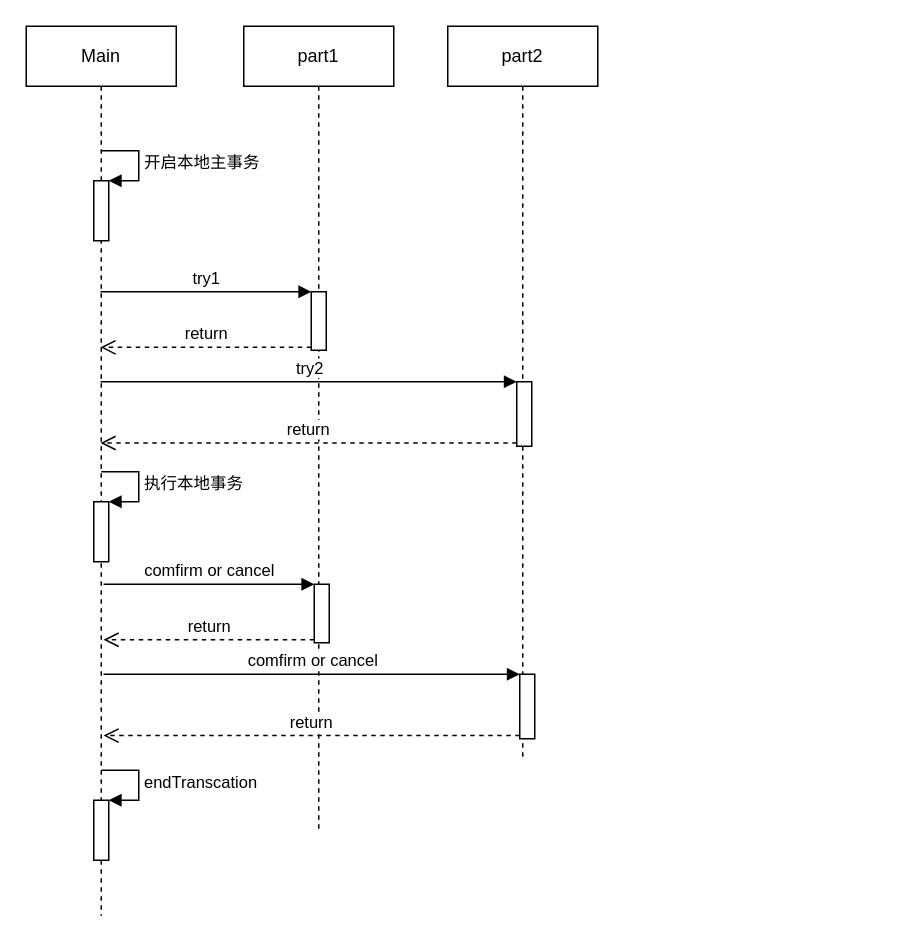
Earlier version of the draw.io diagram tcc.drawio (MihirrajDixit/drawio). Source tidied: cells renumbered, new cells numbered last; positions are measured from the earlier drawing's top-left corner, leaving out a move shared by most shapes. Both pictures are drawn from the tidied source at 150%, with x=0, y=0 at pixel (26, 26).
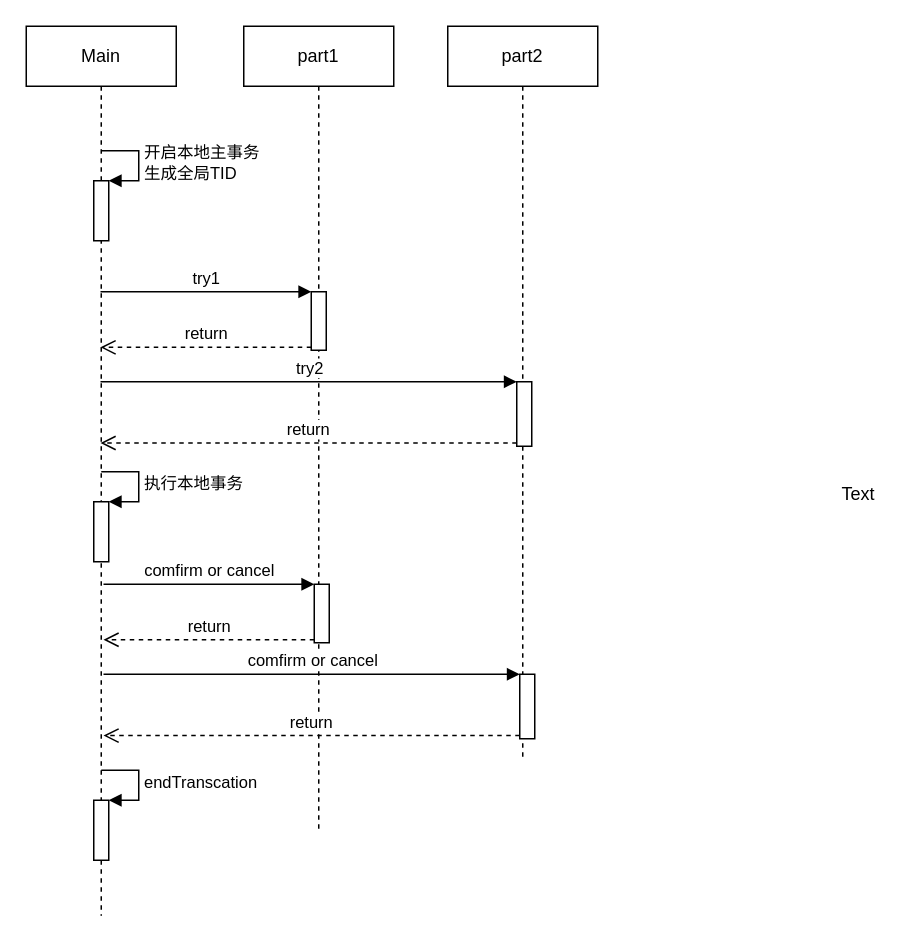
The same diagram, later.

Unchanged cells that the change refers to:
```xml
<mxCell id="2" value="Main" style="shape=umlLifeline;perimeter=lifelinePerimeter;whiteSpace=wrap;html=1;outlineConnect=0;" parent="1" vertex="1">
  <mxGeometry width="100" height="593" as="geometry" />
</mxCell>
<mxCell id="3" style="html=1;points=[];perimeter=orthogonalPerimeter;" parent="2" vertex="1">
  <mxGeometry x="45" y="103" width="10" height="40" as="geometry" />
</mxCell>
```

Diff of the diagram source:
```diff
@@
-    <mxCell id="4" value="开启本地主事务" style="edgeStyle=orthogonalEdgeStyle;html=1;align=left;spacingLeft=2;endArrow=block;rounded=0;entryX=1;entryY=0;" parent="2" edge="1" target="3">
+    <mxCell id="4" value="开启本地主事务&lt;br&gt;生成全局TID" style="edgeStyle=orthogonalEdgeStyle;html=1;align=left;spacingLeft=2;endArrow=block;rounded=0;entryX=1;entryY=0;" parent="2" edge="1" target="3">
       <mxGeometry relative="1" as="geometry">
         <mxPoint x="50" y="83" as="sourcePoint" />
         <Array as="points">
           <mxPoint x="75" y="83" />
         </Array>
       </mxGeometry>
     </mxCell>
@@
+    <mxCell id="23" value="Text" style="text;html=1;align=left;verticalAlign=top;spacingTop=-4;" parent="1" vertex="1">
+      <mxGeometry x="542" y="302" width="32" height="14" as="geometry" />
+    </mxCell>
```
